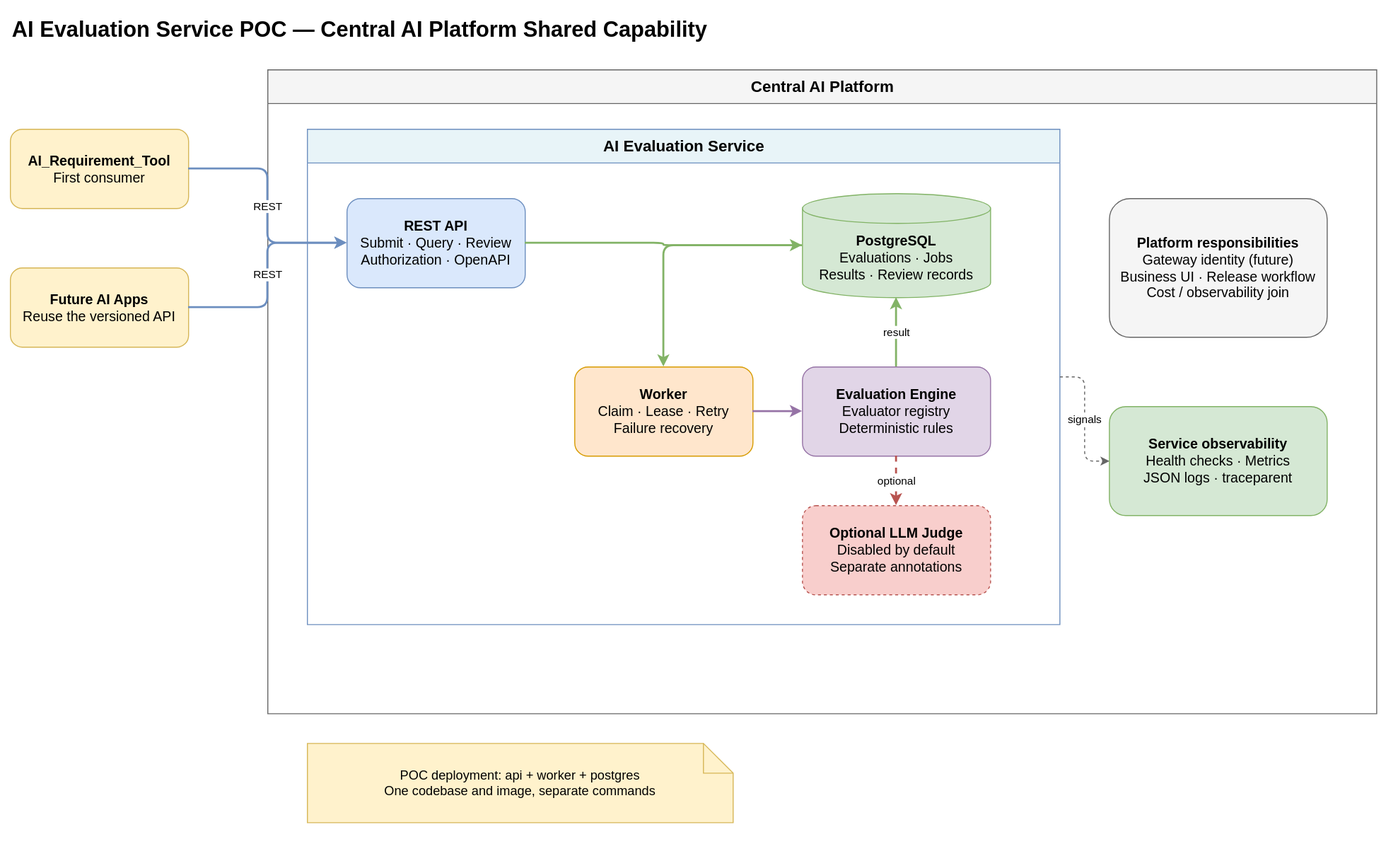
Above: docs/diagrams/ai-evaluation-service-poc-english-architecture.drawio.svg in gjnzsu/ai-evaluation-service (draw.io), before the change. Source tidied: cells renumbered, new cells last; positions are measured from the earlier drawing's top-left corner, leaving out a move shared by most shapes.
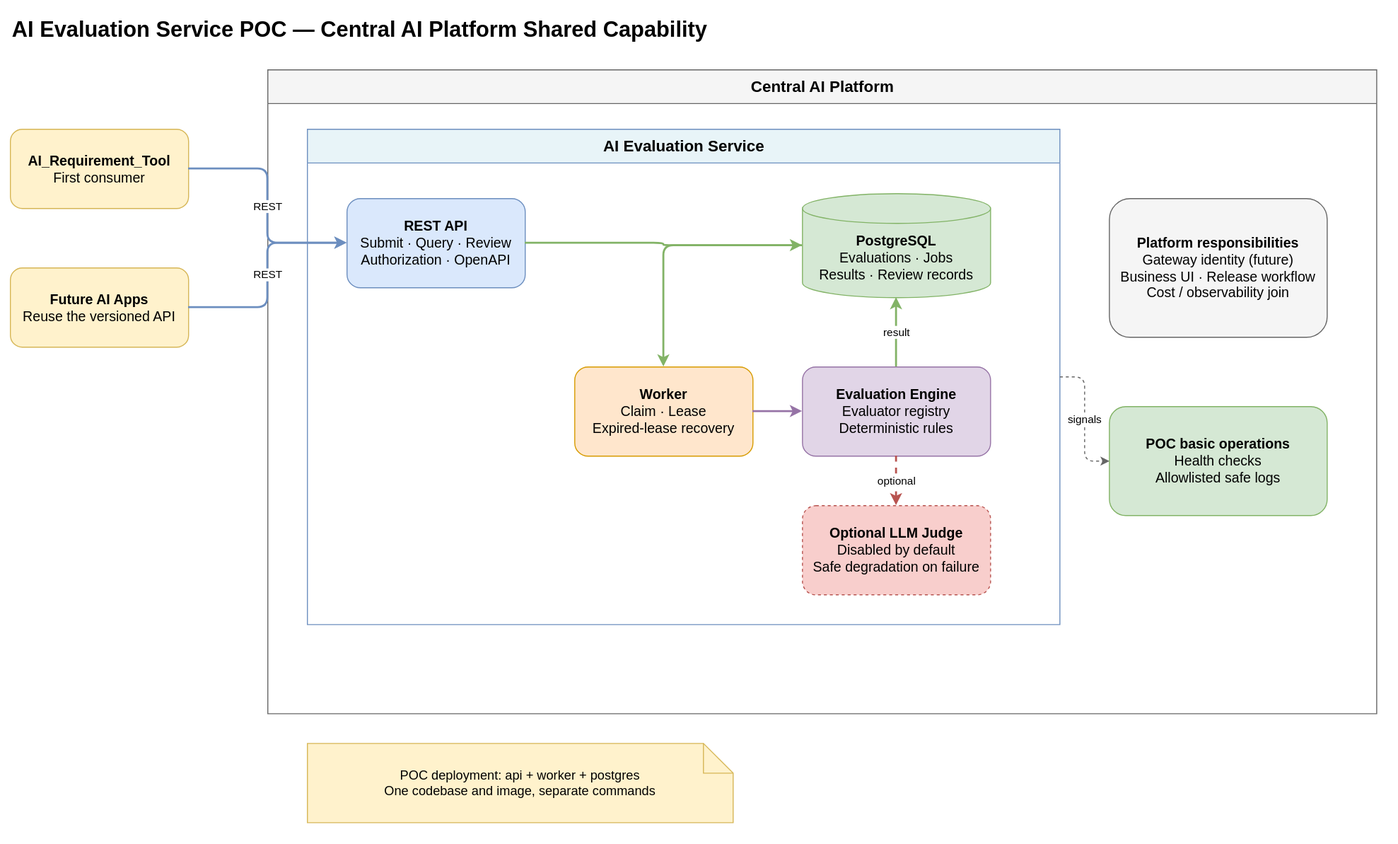
The same file after the commit.

Commit message:
docs: align time-boxed evaluation service poc

The edit, as a diff of the source:
```diff
@@ -23,19 +23,19 @@
     <mxCell id="8" value="&lt;b&gt;PostgreSQL&lt;/b&gt;&lt;br&gt;Evaluations · Jobs&lt;br&gt;Results · Review records" style="shape=cylinder3;whiteSpace=wrap;html=1;boundedLbl=1;backgroundOutline=1;fillColor=#d5e8d4;strokeColor=#82b366;fontSize=14;" parent="6" vertex="1">
       <mxGeometry x="500" y="65" width="190" height="105" as="geometry" />
     </mxCell>
-    <mxCell id="9" value="&lt;b&gt;Worker&lt;/b&gt;&lt;br&gt;Claim · Lease · Retry&lt;br&gt;Failure recovery" style="rounded=1;whiteSpace=wrap;html=1;fillColor=#ffe6cc;strokeColor=#d79b00;fontSize=14;" parent="6" vertex="1">
+    <mxCell id="9" value="&lt;b&gt;Worker&lt;/b&gt;&lt;br&gt;Claim · Lease&lt;br&gt;Expired-lease recovery" style="rounded=1;whiteSpace=wrap;html=1;fillColor=#ffe6cc;strokeColor=#d79b00;fontSize=14;" parent="6" vertex="1">
       <mxGeometry x="270" y="240" width="180" height="90" as="geometry" />
     </mxCell>
     <mxCell id="10" value="&lt;b&gt;Evaluation Engine&lt;/b&gt;&lt;br&gt;Evaluator registry&lt;br&gt;Deterministic rules" style="rounded=1;whiteSpace=wrap;html=1;fillColor=#e1d5e7;strokeColor=#9673a6;fontSize=14;" parent="6" vertex="1">
       <mxGeometry x="500" y="240" width="190" height="90" as="geometry" />
     </mxCell>
-    <mxCell id="11" value="&lt;b&gt;Optional LLM Judge&lt;/b&gt;&lt;br&gt;Disabled by default&lt;br&gt;Separate annotations" style="rounded=1;whiteSpace=wrap;html=1;dashed=1;fillColor=#f8cecc;strokeColor=#b85450;fontSize=14;" parent="6" vertex="1">
+    <mxCell id="11" value="&lt;b&gt;Optional LLM Judge&lt;/b&gt;&lt;br&gt;Disabled by default&lt;br&gt;Safe degradation on failure" style="rounded=1;whiteSpace=wrap;html=1;dashed=1;fillColor=#f8cecc;strokeColor=#b85450;fontSize=14;" parent="6" vertex="1">
       <mxGeometry x="500" y="380" width="190" height="90" as="geometry" />
     </mxCell>
     <mxCell id="12" value="&lt;b&gt;Platform responsibilities&lt;/b&gt;&lt;br&gt;Gateway identity (future)&lt;br&gt;Business UI · Release workflow&lt;br&gt;Cost / observability join" style="rounded=1;whiteSpace=wrap;html=1;fillColor=#f5f5f5;strokeColor=#666666;fontSize=14;" parent="5" vertex="1">
       <mxGeometry x="850" y="130" width="220" height="140" as="geometry" />
     </mxCell>
-    <mxCell id="13" value="&lt;b&gt;Service observability&lt;/b&gt;&lt;br&gt;Health checks · Metrics&lt;br&gt;JSON logs · traceparent" style="rounded=1;whiteSpace=wrap;html=1;fillColor=#d5e8d4;strokeColor=#82b366;fontSize=14;" parent="5" vertex="1">
+    <mxCell id="13" value="&lt;b&gt;POC basic operations&lt;/b&gt;&lt;br&gt;Health checks&lt;br&gt;Allowlisted safe logs" style="rounded=1;whiteSpace=wrap;html=1;fillColor=#d5e8d4;strokeColor=#82b366;fontSize=14;" parent="5" vertex="1">
       <mxGeometry x="850" y="340" width="220" height="110" as="geometry" />
     </mxCell>
     <mxCell id="14" value="POC deployment: api + worker + postgres&lt;br&gt;One codebase and image, separate commands" style="shape=note;whiteSpace=wrap;html=1;fillColor=#fff2cc;strokeColor=#d6b656;fontSize=13;" parent="1" vertex="1">
```
